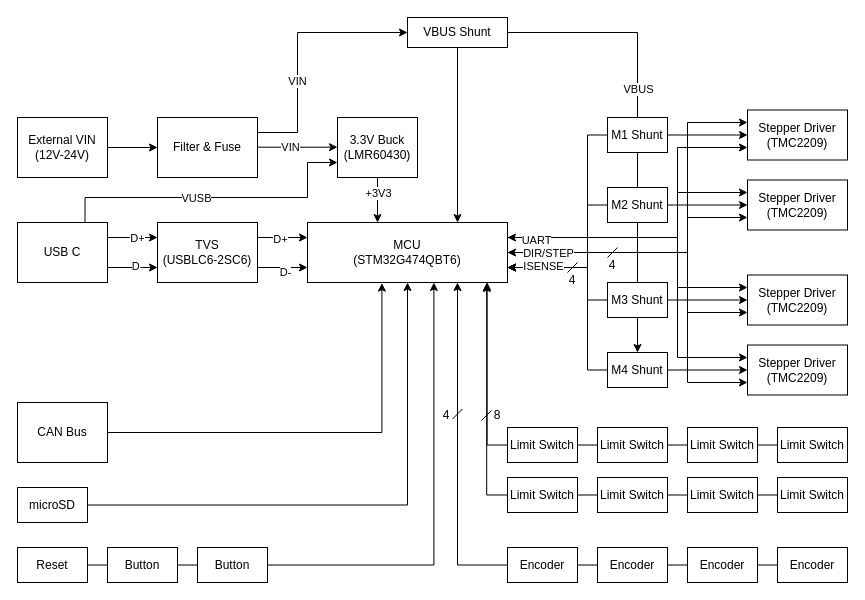
This is diagram.drawio from jacob-wigent/stepping-stone, a draw.io file, before an edit. Source tidied: cells renumbered, new cells numbered last; positions are measured from the earlier drawing's top-left corner, leaving out a move shared by most shapes. Both pictures are drawn from the tidied source at 100%, with x=0, y=0 at pixel (17, 17).
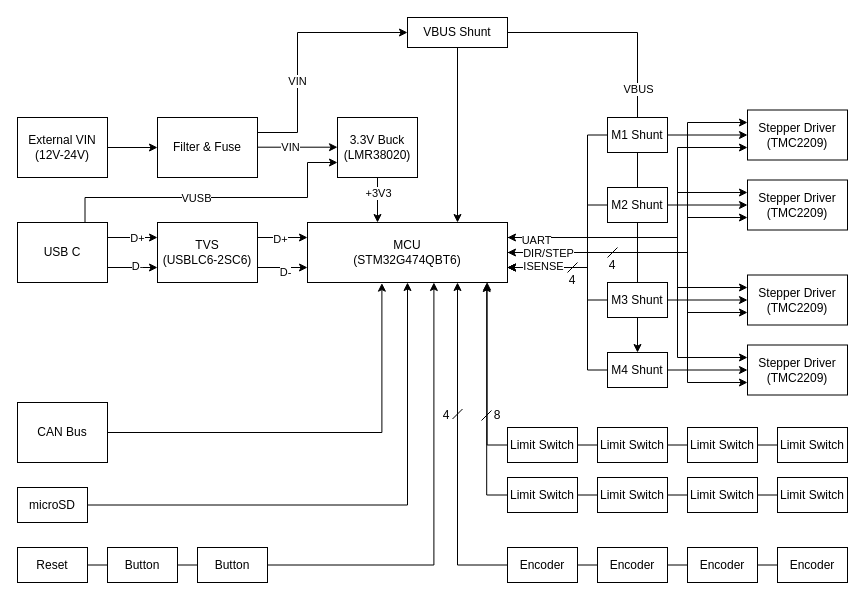
After the change.

The edit, as a diff of the source:
```diff
@@
-    <mxCell id="25" value="3.3V Buck&lt;div&gt;(LMR60430)&lt;/div&gt;" style="rounded=0;whiteSpace=wrap;html=1;" parent="1" vertex="1">
+    <mxCell id="25" value="3.3V Buck&lt;div&gt;(LMR38020)&lt;/div&gt;" style="rounded=0;whiteSpace=wrap;html=1;" parent="1" vertex="1">
       <mxGeometry x="320" y="100" width="80" height="60" as="geometry" />
     </mxCell>
```
